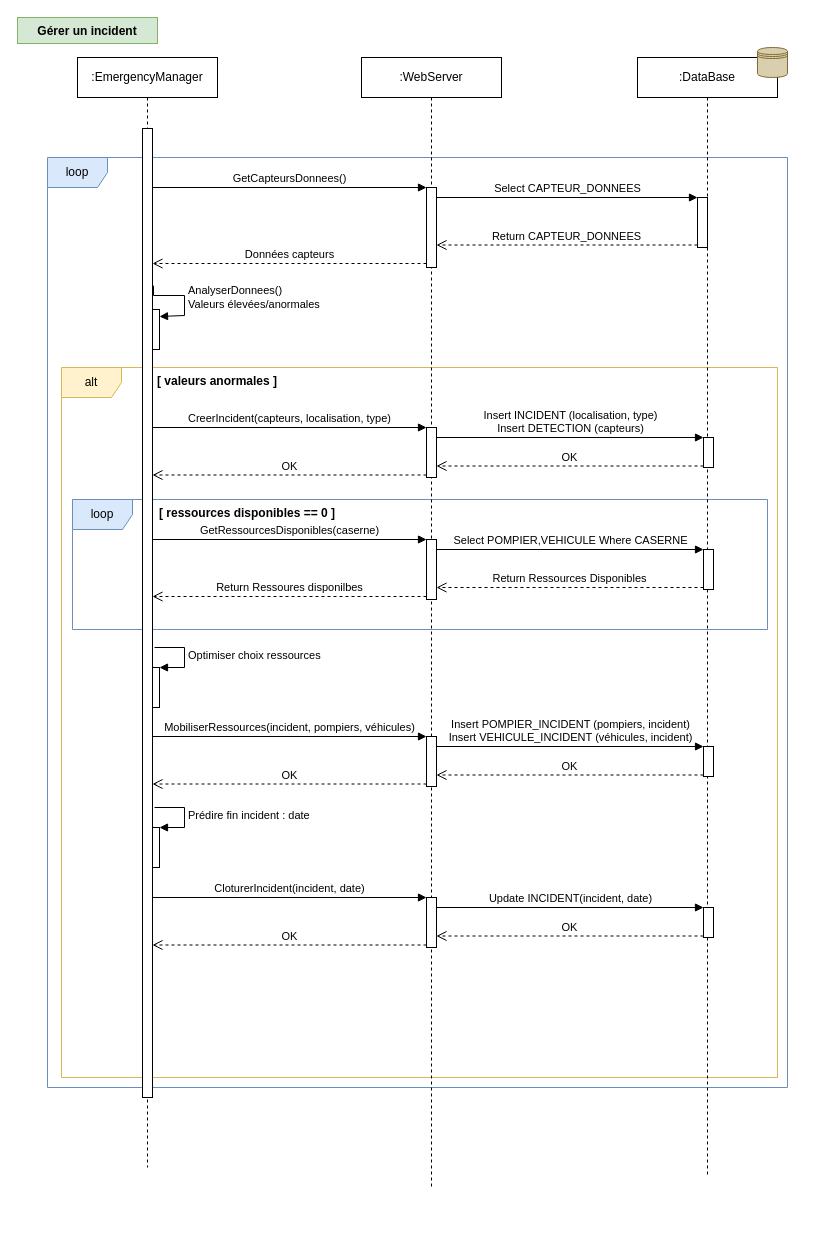
Earlier version of the draw.io diagram Conception/Diagramme séquence - Gérer incident.drawio (GOROVSKY/projet-scientifique). Source tidied: cells renumbered, new cells numbered last; positions are measured from the earlier drawing's top-left corner, leaving out a move shared by most shapes. Both pictures are drawn from the tidied source at 100%, with x=0, y=0 at pixel (17, 17).
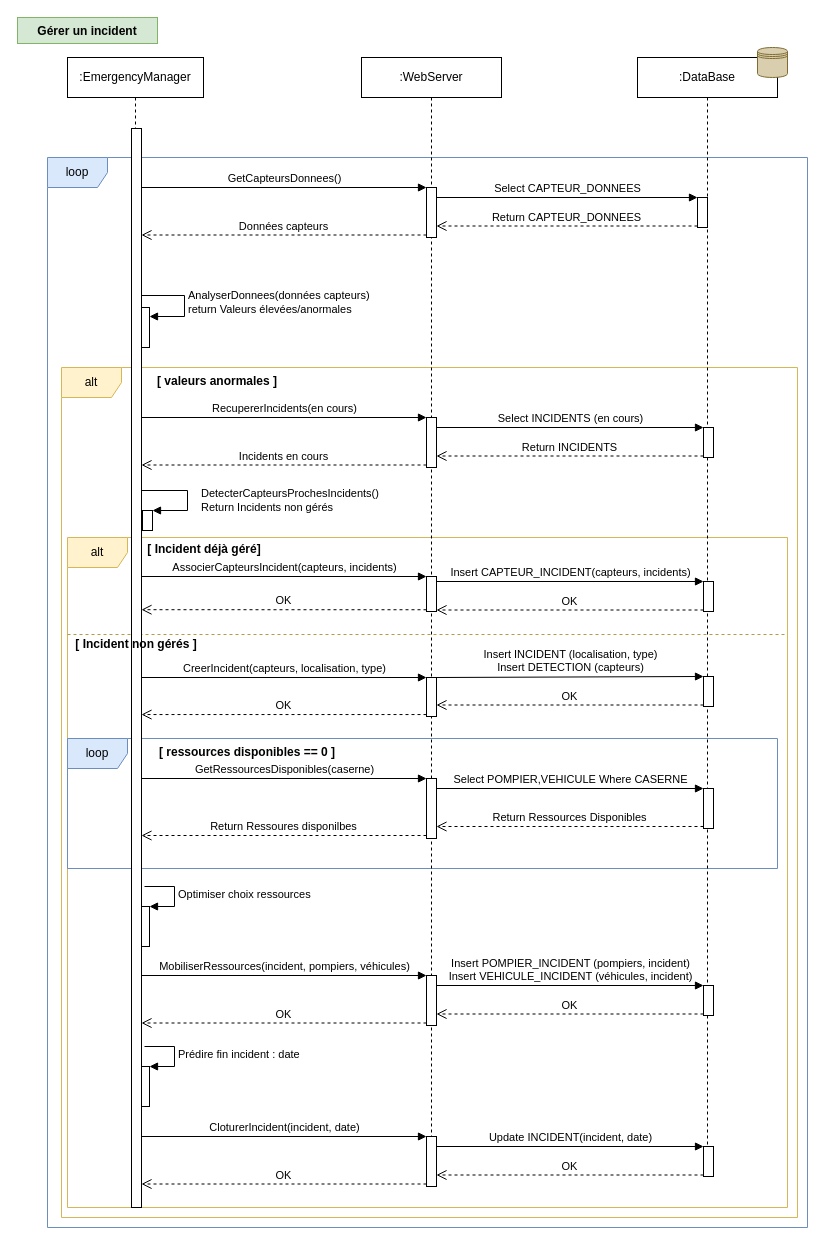
The same page after the edit.

Commit message (it also covers changes not shown here):
sequence diagram modified

Unchanged cells that the change refers to:
```xml
<mxCell id="12" value=":WebServer" style="shape=umlLifeline;perimeter=lifelinePerimeter;whiteSpace=wrap;html=1;" parent="1" vertex="1">
  <mxGeometry x="344" y="40" width="140" height="1130" as="geometry" />
</mxCell>
<mxCell id="18" value=":DataBase" style="shape=umlLifeline;perimeter=lifelinePerimeter;whiteSpace=wrap;html=1;" parent="1" vertex="1">
  <mxGeometry x="620" y="40" width="140" height="1120" as="geometry" />
</mxCell>
```

What changed in the source:
```diff
@@
+    <mxCell id="49" value="alt" style="shape=umlFrame;whiteSpace=wrap;html=1;fillColor=#fff2cc;strokeColor=#d6b656;" parent="1" vertex="1">
+      <mxGeometry x="50" y="520" width="720" height="670" as="geometry" />
+    </mxCell>
+    <mxCell id="4" value="loop" style="shape=umlFrame;whiteSpace=wrap;html=1;fillColor=#dae8fc;strokeColor=#6c8ebf;" parent="1" vertex="1">
+      <mxGeometry x="30" y="140" width="760" height="1070" as="geometry" />
+    </mxCell>
     <mxCell id="2" value="alt" style="shape=umlFrame;whiteSpace=wrap;html=1;fillColor=#fff2cc;strokeColor=#d6b656;" parent="1" vertex="1">
-      <mxGeometry x="44" y="350" width="716" height="710" as="geometry" />
+      <mxGeometry x="44" y="350" width="736" height="850" as="geometry" />
     </mxCell>
     <mxCell id="3" value="loop" style="shape=umlFrame;whiteSpace=wrap;html=1;strokeColor=#6c8ebf;fillColor=#dae8fc;" parent="1" vertex="1">
-      <mxGeometry x="55" y="482" width="695" height="130" as="geometry" />
+      <mxGeometry x="50" y="721" width="710" height="130" as="geometry" />
     </mxCell>
-    <mxCell id="4" value="loop" style="shape=umlFrame;whiteSpace=wrap;html=1;fillColor=#dae8fc;strokeColor=#6c8ebf;" parent="1" vertex="1">
-      <mxGeometry x="30" y="140" width="740" height="930" as="geometry" />
-    </mxCell>
     <mxCell id="5" value=":EmergencyManager" style="shape=umlLifeline;perimeter=lifelinePerimeter;whiteSpace=wrap;html=1;" parent="1" vertex="1">
-      <mxGeometry x="60" y="40" width="140" height="1110" as="geometry" />
+      <mxGeometry x="50" y="40" width="136" height="1140" as="geometry" />
     </mxCell>
     <mxCell id="6" style="html=1;points=[];perimeter=orthogonalPerimeter;" parent="5" vertex="1">
-      <mxGeometry x="72" y="252" width="10" height="40" as="geometry" />
+      <mxGeometry x="72" y="250" width="10" height="40" as="geometry" />
     </mxCell>
     <mxCell id="7" style="html=1;points=[];perimeter=orthogonalPerimeter;" parent="5" vertex="1">
-      <mxGeometry x="72" y="610" width="10" height="40" as="geometry" />
+      <mxGeometry x="72" y="849" width="10" height="40" as="geometry" />
     </mxCell>
     <mxCell id="8" value="Optimiser choix ressources " style="edgeStyle=orthogonalEdgeStyle;html=1;align=left;spacingLeft=2;endArrow=block;rounded=0;entryX=1;entryY=0;" parent="5" edge="1" target="7">
       <mxGeometry relative="1" as="geometry">
-        <mxPoint x="77" y="590" as="sourcePoint" />
+        <mxPoint x="77" y="829" as="sourcePoint" />
         <Array as="points">
-          <mxPoint x="107" y="590" />
+          <mxPoint x="107" y="829" />
         </Array>
       </mxGeometry>
     </mxCell>
     <mxCell id="9" style="html=1;points=[];perimeter=orthogonalPerimeter;" parent="5" vertex="1">
-      <mxGeometry x="72" y="770" width="10" height="40" as="geometry" />
+      <mxGeometry x="72" y="1009" width="10" height="40" as="geometry" />
     </mxCell>
     <mxCell id="10" value="Prédire fin incident : date" style="edgeStyle=orthogonalEdgeStyle;html=1;align=left;spacingLeft=2;endArrow=block;rounded=0;entryX=1;entryY=0;" parent="5" edge="1" target="9">
       <mxGeometry relative="1" as="geometry">
-        <mxPoint x="77" y="750" as="sourcePoint" />
+        <mxPoint x="77" y="989" as="sourcePoint" />
         <Array as="points">
-          <mxPoint x="107" y="750" />
+          <mxPoint x="107" y="989" />
         </Array>
       </mxGeometry>
     </mxCell>
+    <mxCell id="50" style="html=1;points=[];perimeter=orthogonalPerimeter;" parent="5" vertex="1">
+      <mxGeometry x="75" y="453" width="10" height="20" as="geometry" />
+    </mxCell>
+    <mxCell id="51" style="line;strokeWidth=1;fillColor=none;align=left;verticalAlign=middle;spacingTop=-1;spacingLeft=3;spacingRight=3;labelPosition=right;dashed=1;strokeColor=#B59A48;" parent="5" vertex="1">
+      <mxGeometry y="573" width="720" height="8" as="geometry" />
+    </mxCell>
     <mxCell id="11" style="html=1;points=[];perimeter=orthogonalPerimeter;" parent="1" vertex="1">
-      <mxGeometry x="125" y="111" width="10" height="969" as="geometry" />
+      <mxGeometry x="114" y="111" width="10" height="1079" as="geometry" />
     </mxCell>
@@
     <mxCell id="13" style="html=1;points=[];perimeter=orthogonalPerimeter;" parent="12" vertex="1">
-      <mxGeometry x="65" y="130" width="10" height="80" as="geometry" />
+      <mxGeometry x="65" y="130" width="10" height="50" as="geometry" />
     </mxCell>
     <mxCell id="14" style="html=1;points=[];perimeter=orthogonalPerimeter;" parent="12" vertex="1">
-      <mxGeometry x="65" y="370" width="10" height="50" as="geometry" />
+      <mxGeometry x="65" y="620" width="10" height="39" as="geometry" />
     </mxCell>
     <mxCell id="15" style="html=1;points=[];perimeter=orthogonalPerimeter;" parent="12" vertex="1">
-      <mxGeometry x="65" y="482" width="10" height="60" as="geometry" />
+      <mxGeometry x="65" y="721" width="10" height="60" as="geometry" />
     </mxCell>
     <mxCell id="16" style="html=1;points=[];perimeter=orthogonalPerimeter;" parent="12" vertex="1">
-      <mxGeometry x="65" y="679" width="10" height="50" as="geometry" />
+      <mxGeometry x="65" y="918" width="10" height="50" as="geometry" />
     </mxCell>
     <mxCell id="17" style="html=1;points=[];perimeter=orthogonalPerimeter;" parent="12" vertex="1">
-      <mxGeometry x="65" y="840" width="10" height="50" as="geometry" />
+      <mxGeometry x="65" y="1079" width="10" height="50" as="geometry" />
     </mxCell>
+    <mxCell id="52" style="html=1;points=[];perimeter=orthogonalPerimeter;" parent="12" vertex="1">
+      <mxGeometry x="65" y="360" width="10" height="50" as="geometry" />
+    </mxCell>
+    <mxCell id="53" style="html=1;points=[];perimeter=orthogonalPerimeter;" parent="12" vertex="1">
+      <mxGeometry x="65" y="519" width="10" height="35" as="geometry" />
+    </mxCell>
@@
     <mxCell id="19" style="html=1;points=[];perimeter=orthogonalPerimeter;" parent="18" vertex="1">
-      <mxGeometry x="60" y="140" width="10" height="50" as="geometry" />
+      <mxGeometry x="60" y="140" width="10" height="30" as="geometry" />
     </mxCell>
     <mxCell id="20" style="html=1;points=[];perimeter=orthogonalPerimeter;" parent="18" vertex="1">
-      <mxGeometry x="66" y="380" width="10" height="30" as="geometry" />
+      <mxGeometry x="66" y="619" width="10" height="30" as="geometry" />
     </mxCell>
     <mxCell id="21" style="html=1;points=[];perimeter=orthogonalPerimeter;" parent="18" vertex="1">
-      <mxGeometry x="66" y="492" width="10" height="40" as="geometry" />
+      <mxGeometry x="66" y="731" width="10" height="40" as="geometry" />
     </mxCell>
     <mxCell id="22" style="html=1;points=[];perimeter=orthogonalPerimeter;" parent="18" vertex="1">
-      <mxGeometry x="66" y="689" width="10" height="30" as="geometry" />
+      <mxGeometry x="66" y="928" width="10" height="30" as="geometry" />
     </mxCell>
     <mxCell id="23" style="html=1;points=[];perimeter=orthogonalPerimeter;" parent="18" vertex="1">
-      <mxGeometry x="66" y="850" width="10" height="30" as="geometry" />
+      <mxGeometry x="66" y="1089" width="10" height="30" as="geometry" />
     </mxCell>
+    <mxCell id="54" style="html=1;points=[];perimeter=orthogonalPerimeter;" parent="18" vertex="1">
+      <mxGeometry x="66" y="370" width="10" height="30" as="geometry" />
+    </mxCell>
+    <mxCell id="55" style="html=1;points=[];perimeter=orthogonalPerimeter;" parent="18" vertex="1">
+      <mxGeometry x="66" y="524" width="10" height="30" as="geometry" />
+    </mxCell>
@@
-    <mxCell id="29" value="&lt;div&gt;AnalyserDonnees() &lt;br&gt;&lt;/div&gt;&lt;div&gt;Valeurs élevées/anormales&lt;br&gt;&lt;/div&gt;" style="edgeStyle=orthogonalEdgeStyle;html=1;align=left;spacingLeft=2;endArrow=block;rounded=0;entryX=1;entryY=0;exitX=1.1;exitY=0.218;exitDx=0;exitDy=0;exitPerimeter=0;" parent="1" edge="1">
+    <mxCell id="29" value="&lt;div&gt;AnalyserDonnees(données capteurs) &lt;br&gt;&lt;/div&gt;&lt;div&gt;return Valeurs élevées/anormales&lt;br&gt;&lt;/div&gt;" style="edgeStyle=orthogonalEdgeStyle;html=1;align=left;spacingLeft=2;endArrow=block;rounded=0;" parent="1" edge="1" source="11" target="6">
       <mxGeometry relative="1" as="geometry">
-        <mxPoint x="136" y="268.2" as="sourcePoint" />
-        <mxPoint x="142" y="299" as="targetPoint" />
         <Array as="points">
-          <mxPoint x="136" y="278" />
           <mxPoint x="167" y="278" />
-          <mxPoint x="167" y="298" />
+          <mxPoint x="167" y="299" />
         </Array>
       </mxGeometry>
     </mxCell>
@@
-    <mxCell id="35" value="GetRessourcesDisponibles(caserne)" style="html=1;verticalAlign=bottom;endArrow=block;entryX=0;entryY=0;rounded=0;" parent="1" edge="1" target="15">
-      <mxGeometry relative="1" as="geometry">
-        <mxPoint x="135" y="522" as="sourcePoint" />
-      </mxGeometry>
+    <mxCell id="35" value="GetRessourcesDisponibles(caserne)" style="html=1;verticalAlign=bottom;endArrow=block;entryX=0;entryY=0;rounded=0;" parent="1" edge="1" source="11" target="15">
+      <mxGeometry relative="1" as="geometry" />
     </mxCell>
-    <mxCell id="36" value="Return Ressoures disponilbes" style="html=1;verticalAlign=bottom;endArrow=open;dashed=1;endSize=8;exitX=0;exitY=0.95;rounded=0;" parent="1" edge="1" source="15">
-      <mxGeometry relative="1" as="geometry">
-        <mxPoint x="135" y="579" as="targetPoint" />
-      </mxGeometry>
+    <mxCell id="36" value="Return Ressoures disponilbes" style="html=1;verticalAlign=bottom;endArrow=open;dashed=1;endSize=8;exitX=0;exitY=0.95;rounded=0;" parent="1" edge="1" source="15" target="11">
+      <mxGeometry relative="1" as="geometry" />
     </mxCell>
@@
     <mxCell id="39" value="[ ressources disponibles == 0 ]" style="text;align=center;fontStyle=1;verticalAlign=middle;spacingLeft=3;spacingRight=3;" parent="1" vertex="1">
-      <mxGeometry x="190" y="482" width="80" height="26" as="geometry" />
+      <mxGeometry x="190" y="721" width="80" height="26" as="geometry" />
     </mxCell>
@@
-    <mxCell id="41" value="MobiliserRessources(incident, pompiers, véhicules)" style="html=1;verticalAlign=bottom;endArrow=block;entryX=0;entryY=0;rounded=0;" parent="1" edge="1" target="16">
-      <mxGeometry relative="1" as="geometry">
-        <mxPoint x="135" y="719" as="sourcePoint" />
-      </mxGeometry>
+    <mxCell id="41" value="MobiliserRessources(incident, pompiers, véhicules)" style="html=1;verticalAlign=bottom;endArrow=block;entryX=0;entryY=0;rounded=0;" parent="1" edge="1" source="11" target="16">
+      <mxGeometry relative="1" as="geometry" />
     </mxCell>
-    <mxCell id="42" value="OK" style="html=1;verticalAlign=bottom;endArrow=open;dashed=1;endSize=8;exitX=0;exitY=0.95;rounded=0;" parent="1" edge="1" source="16">
-      <mxGeometry relative="1" as="geometry">
-        <mxPoint x="135" y="766.5" as="targetPoint" />
-      </mxGeometry>
+    <mxCell id="42" value="OK" style="html=1;verticalAlign=bottom;endArrow=open;dashed=1;endSize=8;exitX=0;exitY=0.95;rounded=0;" parent="1" edge="1" source="16" target="11">
+      <mxGeometry relative="1" as="geometry" />
     </mxCell>
@@
+    <mxCell id="56" value="RecupererIncidents(en cours)" style="html=1;verticalAlign=bottom;endArrow=block;entryX=0;entryY=0;rounded=0;" parent="1" edge="1" source="11" target="52">
+      <mxGeometry relative="1" as="geometry" />
+    </mxCell>
+    <mxCell id="57" value="Incidents en cours" style="html=1;verticalAlign=bottom;endArrow=open;dashed=1;endSize=8;exitX=0;exitY=0.95;rounded=0;" parent="1" edge="1" source="52" target="11">
+      <mxGeometry relative="1" as="geometry" />
+    </mxCell>
+    <mxCell id="58" value="Select INCIDENTS (en cours)" style="html=1;verticalAlign=bottom;endArrow=block;entryX=0;entryY=0;rounded=0;" parent="1" edge="1" source="52" target="54">
+      <mxGeometry relative="1" as="geometry" />
+    </mxCell>
+    <mxCell id="59" value="Return INCIDENTS" style="html=1;verticalAlign=bottom;endArrow=open;dashed=1;endSize=8;exitX=0;exitY=0.95;rounded=0;" parent="1" edge="1" source="54" target="52">
+      <mxGeometry relative="1" as="geometry" />
+    </mxCell>
+    <mxCell id="60" value="&lt;div&gt;DetecterCapteursProchesIncidents()&lt;/div&gt;&lt;div&gt;Return Incidents non gérés&lt;br&gt;&lt;/div&gt;" style="edgeStyle=orthogonalEdgeStyle;html=1;align=left;spacingLeft=2;endArrow=block;rounded=0;entryX=1;entryY=0;" parent="1" edge="1" target="50">
+      <mxGeometry x="0.1" y="10" relative="1" as="geometry">
+        <mxPoint x="124" y="473" as="sourcePoint" />
+        <Array as="points">
+          <mxPoint x="170" y="473" />
+          <mxPoint x="170" y="493" />
+        </Array>
+      </mxGeometry>
+    </mxCell>
+    <mxCell id="61" value="OK" style="html=1;verticalAlign=bottom;endArrow=open;dashed=1;endSize=8;exitX=0;exitY=0.95;rounded=0;" parent="1" edge="1" source="53">
+      <mxGeometry relative="1" as="geometry">
+        <mxPoint x="124" y="592.2" as="targetPoint" />
+      </mxGeometry>
+    </mxCell>
+    <mxCell id="62" value="AssocierCapteursIncident(capteurs, incidents)" style="html=1;verticalAlign=bottom;endArrow=block;entryX=0;entryY=0;rounded=0;" parent="1" edge="1" target="53">
+      <mxGeometry relative="1" as="geometry">
+        <mxPoint x="124" y="559" as="sourcePoint" />
+      </mxGeometry>
+    </mxCell>
+    <mxCell id="63" value="Insert CAPTEUR_INCIDENT(capteurs, incidents)" style="html=1;verticalAlign=bottom;endArrow=block;entryX=0;entryY=0;rounded=0;" parent="1" edge="1" source="53" target="55">
+      <mxGeometry relative="1" as="geometry" />
+    </mxCell>
+    <mxCell id="64" value="OK" style="html=1;verticalAlign=bottom;endArrow=open;dashed=1;endSize=8;exitX=0;exitY=0.95;rounded=0;" parent="1" edge="1" source="55" target="53">
+      <mxGeometry relative="1" as="geometry" />
+    </mxCell>
+    <mxCell id="65" value="[ Incident déjà géré]" style="text;align=center;fontStyle=1;verticalAlign=middle;spacingLeft=3;spacingRight=3;" parent="1" vertex="1">
+      <mxGeometry x="147" y="518" width="80" height="26" as="geometry" />
+    </mxCell>
+    <mxCell id="66" value="[ Incident non gérés ]" style="text;align=center;fontStyle=1;verticalAlign=middle;spacingLeft=3;spacingRight=3;" parent="1" vertex="1">
+      <mxGeometry x="79" y="613" width="80" height="26" as="geometry" />
+    </mxCell>
```
